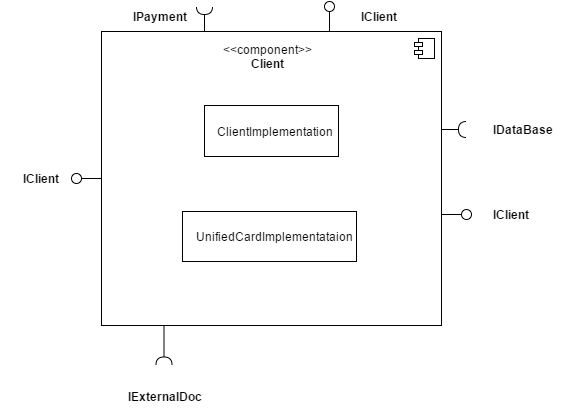
bobyfil/PTS_CourseProject keeps this draw.io diagram as uml/Client.png. Above is the earlier version. Source tidied: cells renumbered, new cells last; positions are measured from the earlier drawing's top-left corner, leaving out a move shared by most shapes. The source it was exported from:
```xml
<mxGraphModel background="#ffffff">
  <root>
    <mxCell id="0" />
    <mxCell id="1" parent="0" />
    <mxCell id="2" style="html=1;" parent="1" vertex="1">
      <mxGeometry x="100" y="28" width="340" height="294" as="geometry" />
    </mxCell>
    <mxCell id="3" style="shape=component;jettyWidth=8;jettyHeight=4;" parent="2" vertex="1">
      <mxGeometry x="1" width="20" height="20" relative="1" as="geometry">
        <mxPoint x="-27" y="7" as="offset" />
      </mxGeometry>
    </mxCell>
    <mxCell id="4" value="ClientImplementation" style="html=1;" parent="2" vertex="1">
      <mxGeometry x="103" y="74" width="134" height="51" as="geometry" />
    </mxCell>
    <mxCell id="5" value="UnifiedCardImplementataion" style="html=1;" parent="2" vertex="1">
      <mxGeometry x="81" y="180" width="174" height="50" as="geometry" />
    </mxCell>
    <mxCell id="6" value="&lt;div style=&quot;text-align: center&quot;&gt;&lt;span style=&quot;line-height: 1.2&quot;&gt;&amp;lt;&amp;lt;component&amp;gt;&amp;gt;&lt;/span&gt;&lt;/div&gt;&lt;div style=&quot;text-align: center&quot;&gt;&lt;b&gt;Client&lt;/b&gt;&lt;/div&gt;" style="text;html=1;" parent="2" vertex="1">
      <mxGeometry x="120.3" y="4.7" width="87.9" height="25.7" as="geometry" />
    </mxCell>
    <mxCell id="7" value="&lt;div&gt;&lt;span&gt;&lt;br&gt;&lt;/span&gt;&lt;/div&gt;" style="text;html=1;" parent="1" vertex="1">
      <mxGeometry x="320" y="58" width="140" height="50" as="geometry" />
    </mxCell>
    <mxCell id="8" style="shape=lollipop;direction=south;html=1;rotation=-90;" parent="1" vertex="1">
      <mxGeometry x="313" y="8" width="30" height="10" as="geometry" />
    </mxCell>
    <mxCell id="9" style="shape=requires;direction=north;html=1;rotation=90;" parent="1" vertex="1">
      <mxGeometry x="188" y="3" width="30" height="20" as="geometry" />
    </mxCell>
    <mxCell id="10" value="IPayment" style="text;html=1;align=center;fontStyle=1;verticalAlign=middle;spacingLeft=3;spacingRight=3;strokeColor=none;" parent="1" vertex="1">
      <mxGeometry x="118" width="80" height="26" as="geometry" />
    </mxCell>
    <mxCell id="11" value="IClient" style="text;html=1;align=center;fontStyle=1;verticalAlign=middle;spacingLeft=3;spacingRight=3;strokeColor=none;" parent="1" vertex="1">
      <mxGeometry x="338" width="80" height="26" as="geometry" />
    </mxCell>
    <mxCell id="12" style="shape=requires;direction=north;html=1;rotation=-180;" parent="1" vertex="1">
      <mxGeometry x="440" y="116" width="30" height="20" as="geometry" />
    </mxCell>
    <mxCell id="13" style="shape=lollipop;direction=south;html=1;" parent="1" vertex="1">
      <mxGeometry x="440" y="206" width="30" height="10" as="geometry" />
    </mxCell>
    <mxCell id="14" style="shape=requires;direction=north;html=1;rotation=-90;" parent="1" vertex="1">
      <mxGeometry x="140" y="334" width="45" height="20" as="geometry" />
    </mxCell>
    <mxCell id="15" value="IClient" style="text;html=1;align=center;fontStyle=1;verticalAlign=middle;spacingLeft=3;spacingRight=3;strokeColor=none;" parent="1" vertex="1">
      <mxGeometry x="470" y="198" width="80" height="26" as="geometry" />
    </mxCell>
    <mxCell id="16" value="IDataBase" style="text;html=1;align=center;fontStyle=1;verticalAlign=middle;spacingLeft=3;spacingRight=3;strokeColor=none;" parent="1" vertex="1">
      <mxGeometry x="480" y="113" width="80" height="26" as="geometry" />
    </mxCell>
    <mxCell id="17" value="IExternalDoc" style="text;html=1;align=center;fontStyle=1;verticalAlign=middle;spacingLeft=3;spacingRight=3;strokeColor=none;" parent="1" vertex="1">
      <mxGeometry x="123" y="380" width="80" height="26" as="geometry" />
    </mxCell>
    <mxCell id="18" style="shape=lollipop;direction=south;html=1;rotation=-180;" parent="1" vertex="1">
      <mxGeometry x="70" y="170" width="30" height="10" as="geometry" />
    </mxCell>
    <mxCell id="19" value="IClient" style="text;html=1;align=center;fontStyle=1;verticalAlign=middle;spacingLeft=3;spacingRight=3;strokeColor=none;" parent="1" vertex="1">
      <mxGeometry y="162" width="80" height="26" as="geometry" />
    </mxCell>
  </root>
</mxGraphModel>
```
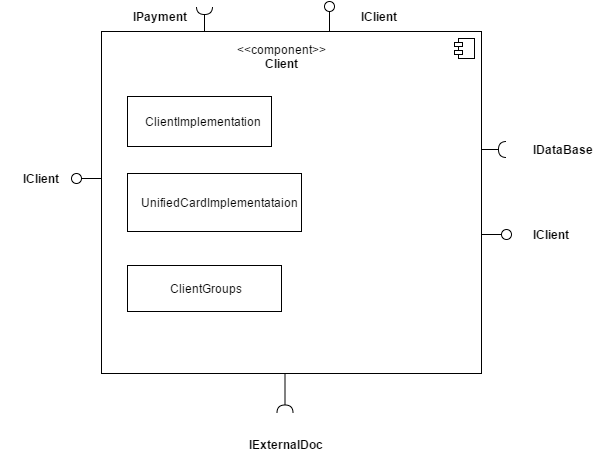
The same file after the commit.

Commit message:
client UML

Change to the diagram source:
```diff
@@ -2,61 +2,64 @@
   <root>
     <mxCell id="0" />
     <mxCell id="1" parent="0" />
-    <mxCell id="2" style="html=1;" parent="1" vertex="1">
-      <mxGeometry x="100" y="28" width="340" height="294" as="geometry" />
-    </mxCell>
-    <mxCell id="3" style="shape=component;jettyWidth=8;jettyHeight=4;" parent="2" vertex="1">
-      <mxGeometry x="1" width="20" height="20" relative="1" as="geometry">
-        <mxPoint x="-27" y="7" as="offset" />
-      </mxGeometry>
-    </mxCell>
-    <mxCell id="4" value="ClientImplementation" style="html=1;" parent="2" vertex="1">
-      <mxGeometry x="103" y="74" width="134" height="51" as="geometry" />
-    </mxCell>
-    <mxCell id="5" value="UnifiedCardImplementataion" style="html=1;" parent="2" vertex="1">
-      <mxGeometry x="81" y="180" width="174" height="50" as="geometry" />
-    </mxCell>
-    <mxCell id="6" value="&lt;div style=&quot;text-align: center&quot;&gt;&lt;span style=&quot;line-height: 1.2&quot;&gt;&amp;lt;&amp;lt;component&amp;gt;&amp;gt;&lt;/span&gt;&lt;/div&gt;&lt;div style=&quot;text-align: center&quot;&gt;&lt;b&gt;Client&lt;/b&gt;&lt;/div&gt;" style="text;html=1;" parent="2" vertex="1">
-      <mxGeometry x="120.3" y="4.7" width="87.9" height="25.7" as="geometry" />
-    </mxCell>
-    <mxCell id="7" value="&lt;div&gt;&lt;span&gt;&lt;br&gt;&lt;/span&gt;&lt;/div&gt;" style="text;html=1;" parent="1" vertex="1">
-      <mxGeometry x="320" y="58" width="140" height="50" as="geometry" />
-    </mxCell>
-    <mxCell id="8" style="shape=lollipop;direction=south;html=1;rotation=-90;" parent="1" vertex="1">
-      <mxGeometry x="313" y="8" width="30" height="10" as="geometry" />
-    </mxCell>
-    <mxCell id="9" style="shape=requires;direction=north;html=1;rotation=90;" parent="1" vertex="1">
-      <mxGeometry x="188" y="3" width="30" height="20" as="geometry" />
-    </mxCell>
-    <mxCell id="10" value="IPayment" style="text;html=1;align=center;fontStyle=1;verticalAlign=middle;spacingLeft=3;spacingRight=3;strokeColor=none;" parent="1" vertex="1">
-      <mxGeometry x="118" width="80" height="26" as="geometry" />
-    </mxCell>
-    <mxCell id="11" value="IClient" style="text;html=1;align=center;fontStyle=1;verticalAlign=middle;spacingLeft=3;spacingRight=3;strokeColor=none;" parent="1" vertex="1">
-      <mxGeometry x="338" width="80" height="26" as="geometry" />
-    </mxCell>
-    <mxCell id="12" style="shape=requires;direction=north;html=1;rotation=-180;" parent="1" vertex="1">
-      <mxGeometry x="440" y="116" width="30" height="20" as="geometry" />
-    </mxCell>
-    <mxCell id="13" style="shape=lollipop;direction=south;html=1;" parent="1" vertex="1">
-      <mxGeometry x="440" y="206" width="30" height="10" as="geometry" />
-    </mxCell>
-    <mxCell id="14" style="shape=requires;direction=north;html=1;rotation=-90;" parent="1" vertex="1">
-      <mxGeometry x="140" y="334" width="45" height="20" as="geometry" />
-    </mxCell>
-    <mxCell id="15" value="IClient" style="text;html=1;align=center;fontStyle=1;verticalAlign=middle;spacingLeft=3;spacingRight=3;strokeColor=none;" parent="1" vertex="1">
-      <mxGeometry x="470" y="198" width="80" height="26" as="geometry" />
-    </mxCell>
-    <mxCell id="16" value="IDataBase" style="text;html=1;align=center;fontStyle=1;verticalAlign=middle;spacingLeft=3;spacingRight=3;strokeColor=none;" parent="1" vertex="1">
-      <mxGeometry x="480" y="113" width="80" height="26" as="geometry" />
+    <mxCell id="16" style="html=1;" parent="1" vertex="1">
+      <mxGeometry x="860" y="230" width="380" height="342" as="geometry" />
     </mxCell>
-    <mxCell id="17" value="IExternalDoc" style="text;html=1;align=center;fontStyle=1;verticalAlign=middle;spacingLeft=3;spacingRight=3;strokeColor=none;" parent="1" vertex="1">
-      <mxGeometry x="123" y="380" width="80" height="26" as="geometry" />
+    <mxCell id="17" style="shape=component;jettyWidth=8;jettyHeight=4;" parent="16" vertex="1">
+      <mxGeometry x="1" width="20" height="20" relative="1" as="geometry">
+        <mxPoint x="-27" y="7" as="offset" />
+      </mxGeometry>
     </mxCell>
+    <mxCell id="4" value="ClientImplementation" style="html=1;" parent="16" vertex="1">
+      <mxGeometry x="26" y="65" width="144" height="50" as="geometry" />
+    </mxCell>
-    <mxCell id="18" style="shape=lollipop;direction=south;html=1;rotation=-180;" parent="1" vertex="1">
-      <mxGeometry x="70" y="170" width="30" height="10" as="geometry" />
+    <mxCell id="18" value="UnifiedCardImplementataion" style="html=1;" parent="16" vertex="1">
+      <mxGeometry x="26" y="142" width="174" height="58" as="geometry" />
     </mxCell>
+    <mxCell id="6" value="&lt;div style=&quot;text-align: center&quot;&gt;&lt;span style=&quot;line-height: 1.2&quot;&gt;&amp;lt;&amp;lt;component&amp;gt;&amp;gt;&lt;/span&gt;&lt;/div&gt;&lt;div style=&quot;text-align: center&quot;&gt;&lt;b&gt;Client&lt;/b&gt;&lt;/div&gt;" style="text;html=1;" parent="16" vertex="1">
+      <mxGeometry x="134.4" y="5.5" width="98.3" height="29.9" as="geometry" />
+    </mxCell>
+    <mxCell id="20" value="ClientGroups" style="html=1;" parent="16" vertex="1">
+      <mxGeometry x="26" y="234" width="154" height="46" as="geometry" />
+    </mxCell>
+    <mxCell id="21" value="&lt;div&gt;&lt;span&gt;&lt;br&gt;&lt;/span&gt;&lt;/div&gt;" style="text;html=1;" parent="1" vertex="1">
+      <mxGeometry x="1080" y="260" width="140" height="50" as="geometry" />
+    </mxCell>
+    <mxCell id="22" style="shape=lollipop;direction=south;html=1;rotation=-90;" parent="1" vertex="1">
+      <mxGeometry x="1073" y="210" width="30" height="10" as="geometry" />
+    </mxCell>
-    <mxCell id="19" value="IClient" style="text;html=1;align=center;fontStyle=1;verticalAlign=middle;spacingLeft=3;spacingRight=3;strokeColor=none;" parent="1" vertex="1">
-      <mxGeometry y="162" width="80" height="26" as="geometry" />
+    <mxCell id="19" style="shape=requires;direction=north;html=1;rotation=90;" parent="1" vertex="1">
+      <mxGeometry x="948" y="205" width="30" height="20" as="geometry" />
     </mxCell>
+    <mxCell id="10" value="IPayment" style="text;html=1;align=center;fontStyle=1;verticalAlign=middle;spacingLeft=3;spacingRight=3;strokeColor=none;" parent="1" vertex="1">
+      <mxGeometry x="878" y="202" width="80" height="26" as="geometry" />
+    </mxCell>
+    <mxCell id="23" value="IClient" style="text;html=1;align=center;fontStyle=1;verticalAlign=middle;spacingLeft=3;spacingRight=3;strokeColor=none;" parent="1" vertex="1">
+      <mxGeometry x="1098" y="202" width="80" height="26" as="geometry" />
+    </mxCell>
+    <mxCell id="24" style="shape=requires;direction=north;html=1;rotation=-180;" parent="1" vertex="1">
+      <mxGeometry x="1240" y="338" width="30" height="20" as="geometry" />
+    </mxCell>
+    <mxCell id="25" style="shape=lollipop;direction=south;html=1;" parent="1" vertex="1">
+      <mxGeometry x="1240" y="428" width="30" height="10" as="geometry" />
+    </mxCell>
+    <mxCell id="26" style="shape=requires;direction=north;html=1;rotation=-90;" parent="1" vertex="1">
+      <mxGeometry x="1021" y="584" width="45" height="20" as="geometry" />
+    </mxCell>
+    <mxCell id="27" value="IClient" style="text;html=1;align=center;fontStyle=1;verticalAlign=middle;spacingLeft=3;spacingRight=3;strokeColor=none;" parent="1" vertex="1">
+      <mxGeometry x="1270" y="420" width="80" height="26" as="geometry" />
+    </mxCell>
+    <mxCell id="28" value="IDataBase" style="text;html=1;align=center;fontStyle=1;verticalAlign=middle;spacingLeft=3;spacingRight=3;strokeColor=none;" parent="1" vertex="1">
+      <mxGeometry x="1280" y="335" width="80" height="26" as="geometry" />
+    </mxCell>
+    <mxCell id="29" value="IExternalDoc" style="text;html=1;align=center;fontStyle=1;verticalAlign=middle;spacingLeft=3;spacingRight=3;strokeColor=none;" parent="1" vertex="1">
+      <mxGeometry x="1004" y="630" width="80" height="26" as="geometry" />
+    </mxCell>
+    <mxCell id="30" style="shape=lollipop;direction=south;html=1;rotation=-180;" parent="1" vertex="1">
+      <mxGeometry x="830" y="372" width="30" height="10" as="geometry" />
+    </mxCell>
+    <mxCell id="31" value="IClient" style="text;html=1;align=center;fontStyle=1;verticalAlign=middle;spacingLeft=3;spacingRight=3;strokeColor=none;" parent="1" vertex="1">
+      <mxGeometry x="760" y="364" width="80" height="26" as="geometry" />
+    </mxCell>
   </root>
 </mxGraphModel>
```
